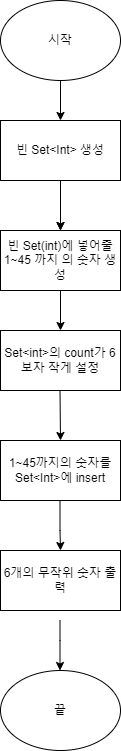
This is week2_step1.png from yagom-academy/swift-starter-Round2, a draw.io export, as it was before one commit. Source tidied: cells renumbered, new cells last; positions are measured from the earlier drawing's top-left corner, leaving out a move shared by most shapes.
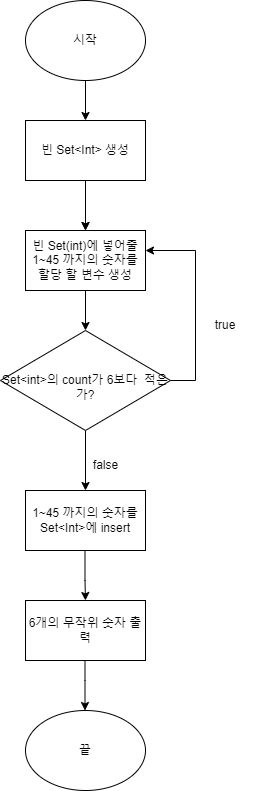
The same diagram one commit later.

Change to the diagram source:
```diff
@@ -5,12 +5,9 @@
     <mxCell id="2" value="시작" style="ellipse;whiteSpace=wrap;html=1;" parent="1" vertex="1">
       <mxGeometry width="120" height="80" as="geometry" />
     </mxCell>
-    <mxCell id="3" value="빈 Set(int)에 넣어줄 1~45 까지 의 숫자 생성" style="rounded=0;whiteSpace=wrap;html=1;" parent="1" vertex="1">
+    <mxCell id="3" value="빈 Set(int)에 넣어줄 1~45 까지의 숫자를 할당 할 변수 생성" style="rounded=0;whiteSpace=wrap;html=1;" parent="1" vertex="1">
       <mxGeometry y="230" width="120" height="60" as="geometry" />
     </mxCell>
-    <mxCell id="4" value="1~45까지의 숫자를 Set&amp;lt;Int&amp;gt;에 insert" style="rounded=0;whiteSpace=wrap;html=1;" parent="1" vertex="1">
-      <mxGeometry y="440" width="120" height="60" as="geometry" />
-    </mxCell>
     <mxCell id="5" style="edgeStyle=orthogonalEdgeStyle;rounded=0;jettySize=auto;html=1;" parent="1" edge="1" source="6" target="3">
       <mxGeometry relative="1" as="geometry" />
     </mxCell>
@@ -18,10 +15,10 @@
       <mxGeometry y="120" width="120" height="60" as="geometry" />
     </mxCell>
     <mxCell id="7" value="6개의 무작위 숫자 출력" style="rounded=0;whiteSpace=wrap;html=1;" parent="1" vertex="1">
-      <mxGeometry y="550" width="120" height="60" as="geometry" />
+      <mxGeometry y="600" width="120" height="60" as="geometry" />
     </mxCell>
     <mxCell id="8" value="끝" style="ellipse;whiteSpace=wrap;html=1;" parent="1" vertex="1">
-      <mxGeometry y="670" width="120" height="80" as="geometry" />
+      <mxGeometry y="710" width="120" height="80" as="geometry" />
     </mxCell>
     <mxCell id="9" style="endArrow=classic;html=1;rounded=0;" parent="1" edge="1" target="6">
       <mxGeometry relative="1" as="geometry">
@@ -41,32 +38,50 @@
         <mxPoint x="60" y="330" as="targetPoint" />
       </mxGeometry>
     </mxCell>
-    <mxCell id="12" value="Set&amp;lt;int&amp;gt;의 count가 6보자 작게 설정" style="rounded=0;whiteSpace=wrap;html=1;" parent="1" vertex="1">
-      <mxGeometry y="330" width="120" height="60" as="geometry" />
+    <mxCell id="12" value="1~45 까지의 숫자를 Set&amp;lt;Int&amp;gt;에 insert" style="rounded=0;whiteSpace=wrap;html=1;" parent="1" vertex="1">
+      <mxGeometry y="490" width="120" height="60" as="geometry" />
     </mxCell>
-    <mxCell id="13" style="endArrow=classic;html=1;rounded=0;" parent="1" edge="1">
+    <mxCell id="13" style="endArrow=classic;html=1;rounded=0;exitX=0.5;exitY=1;exitDx=0;exitDy=0;" parent="1" edge="1" source="16">
       <mxGeometry relative="1" as="geometry">
-        <mxPoint x="59.5" y="390" as="sourcePoint" />
-        <mxPoint x="60" y="440" as="targetPoint" />
+        <mxPoint x="60" y="490" as="targetPoint" />
       </mxGeometry>
     </mxCell>
     <mxCell id="14" style="endArrow=classic;html=1;rounded=0;exitX=0.5;exitY=1;exitDx=0;exitDy=0;" parent="1" edge="1">
       <mxGeometry relative="1" as="geometry">
-        <mxPoint x="59.5" y="500" as="sourcePoint" />
-        <mxPoint x="60" y="550" as="targetPoint" />
+        <mxPoint x="59.5" y="550" as="sourcePoint" />
+        <mxPoint x="60" y="600" as="targetPoint" />
         <Array as="points">
-          <mxPoint x="59.5" y="530" />
+          <mxPoint x="59.5" y="580" />
         </Array>
       </mxGeometry>
     </mxCell>
     <mxCell id="15" style="endArrow=classic;html=1;rounded=0;exitX=0.5;exitY=1;exitDx=0;exitDy=0;" parent="1" edge="1">
       <mxGeometry relative="1" as="geometry">
-        <mxPoint x="59.5" y="620" as="sourcePoint" />
-        <mxPoint x="59.5" y="670" as="targetPoint" />
+        <mxPoint x="59.5" y="660" as="sourcePoint" />
+        <mxPoint x="59.5" y="710" as="targetPoint" />
         <Array as="points">
-          <mxPoint x="59.5" y="640" />
+          <mxPoint x="59.5" y="680" />
         </Array>
       </mxGeometry>
     </mxCell>
+    <mxCell id="16" value="&lt;br&gt;Set&amp;lt;int&amp;gt;의 count가 6보다&amp;nbsp; 적은가?" style="rhombus;whiteSpace=wrap;html=1;" parent="1" vertex="1">
+      <mxGeometry x="-25" y="330" width="170" height="100" as="geometry" />
+    </mxCell>
+    <mxCell id="17" value="false" style="text;html=1;align=center;verticalAlign=middle;strokeColor=none;fillColor=none;" parent="1" vertex="1">
+      <mxGeometry x="55" y="450" width="50" height="30" as="geometry" />
+    </mxCell>
+    <mxCell id="18" style="endArrow=classic;html=1;rounded=0;entryX=1;entryY=0.5;entryDx=0;entryDy=0;" parent="1" edge="1">
+      <mxGeometry relative="1" as="geometry">
+        <mxPoint x="145" y="380" as="sourcePoint" />
+        <mxPoint x="120" y="250" as="targetPoint" />
+        <Array as="points">
+          <mxPoint x="170" y="380" />
+          <mxPoint x="170" y="250" />
+        </Array>
+      </mxGeometry>
+    </mxCell>
+    <mxCell id="19" value="true" style="text;html=1;strokeColor=none;fillColor=none;align=center;verticalAlign=middle;whiteSpace=wrap;rounded=0;" parent="1" vertex="1">
+      <mxGeometry x="170" y="310" width="60" height="30" as="geometry" />
+    </mxCell>
   </root>
 </mxGraphModel>
```
